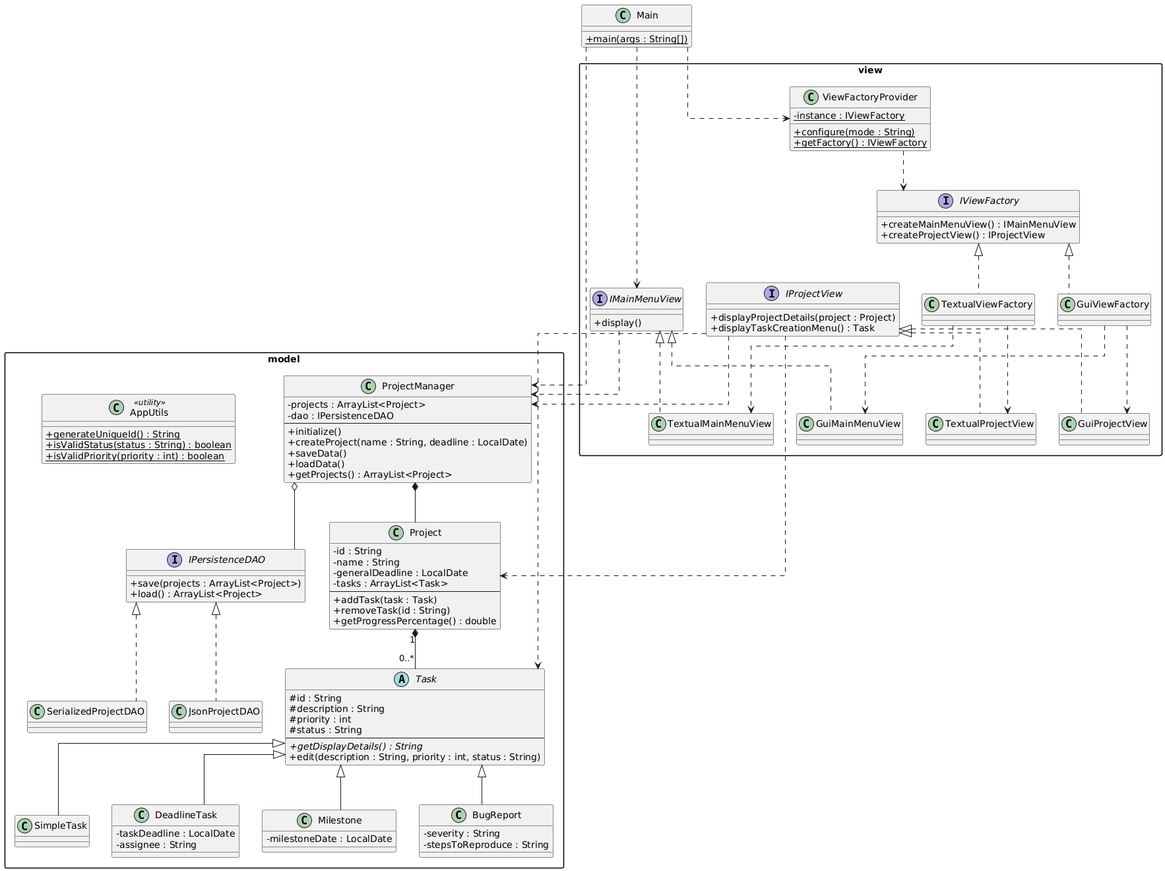
Earlier version of the PlantUML export docs/diagramaUML.png (Manuelakist/ProjectManager).
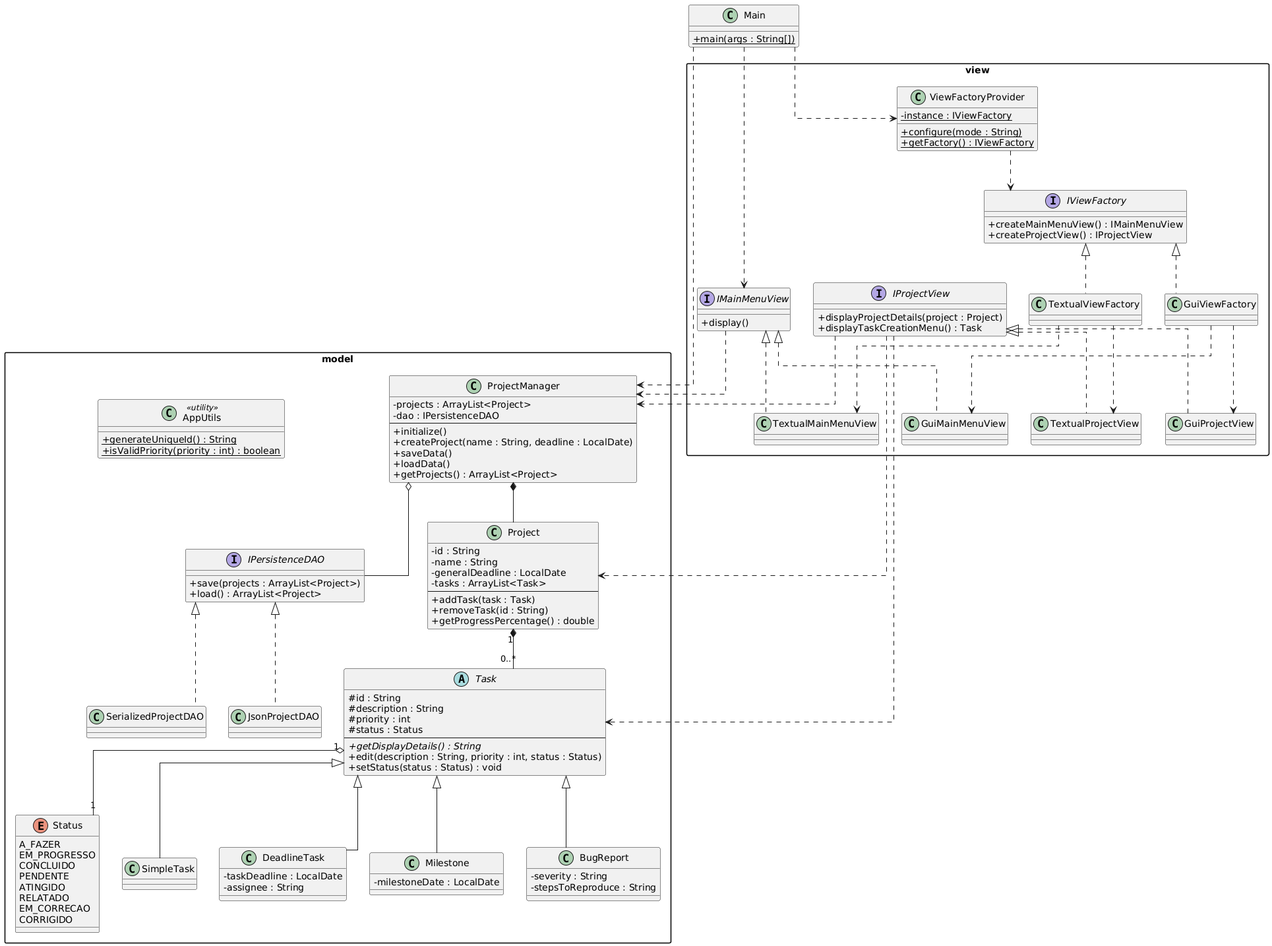
Above is the later version.

Change to the diagram source:
```diff
@@ -4,6 +4,17 @@
 skinparam packageStyle rectangle
 
 package "model" {
+
+    enum Status {
+        A_FAZER
+        EM_PROGRESSO
+        CONCLUIDO
+        PENDENTE
+        ATINGIDO
+        RELATADO
+        EM_CORRECAO
+        CORRIGIDO
+    }
 
     interface IPersistenceDAO {
         + save(projects : ArrayList<Project>)
@@ -25,13 +36,16 @@
         # id : String
         # description : String
         # priority : int
-        # status : String
+        # status : Status
         --
         + {abstract} getDisplayDetails() : String
-        + edit(description : String, priority : int, status : String)
+        + edit(description : String, priority : int, status : Status)
+        + setStatus(status : Status) : void
     }
 
-    class SimpleTask
+
+    class SimpleTask {
+    }
     class DeadlineTask {
         - taskDeadline : LocalDate
         - assignee : String
@@ -49,7 +63,6 @@
 
     class AppUtils <<utility>> {
         + {static} generateUniqueId() : String
-        + {static} isValidStatus(status : String) : boolean
         + {static} isValidPriority(priority : int) : boolean
     }
 
@@ -65,6 +78,8 @@
     }
 
     Project "1" *-- "0..*" Task
+    Task "1" o-- "1" Status
+
     Task <|-- SimpleTask
     Task <|-- DeadlineTask
     Task <|-- Milestone
```
